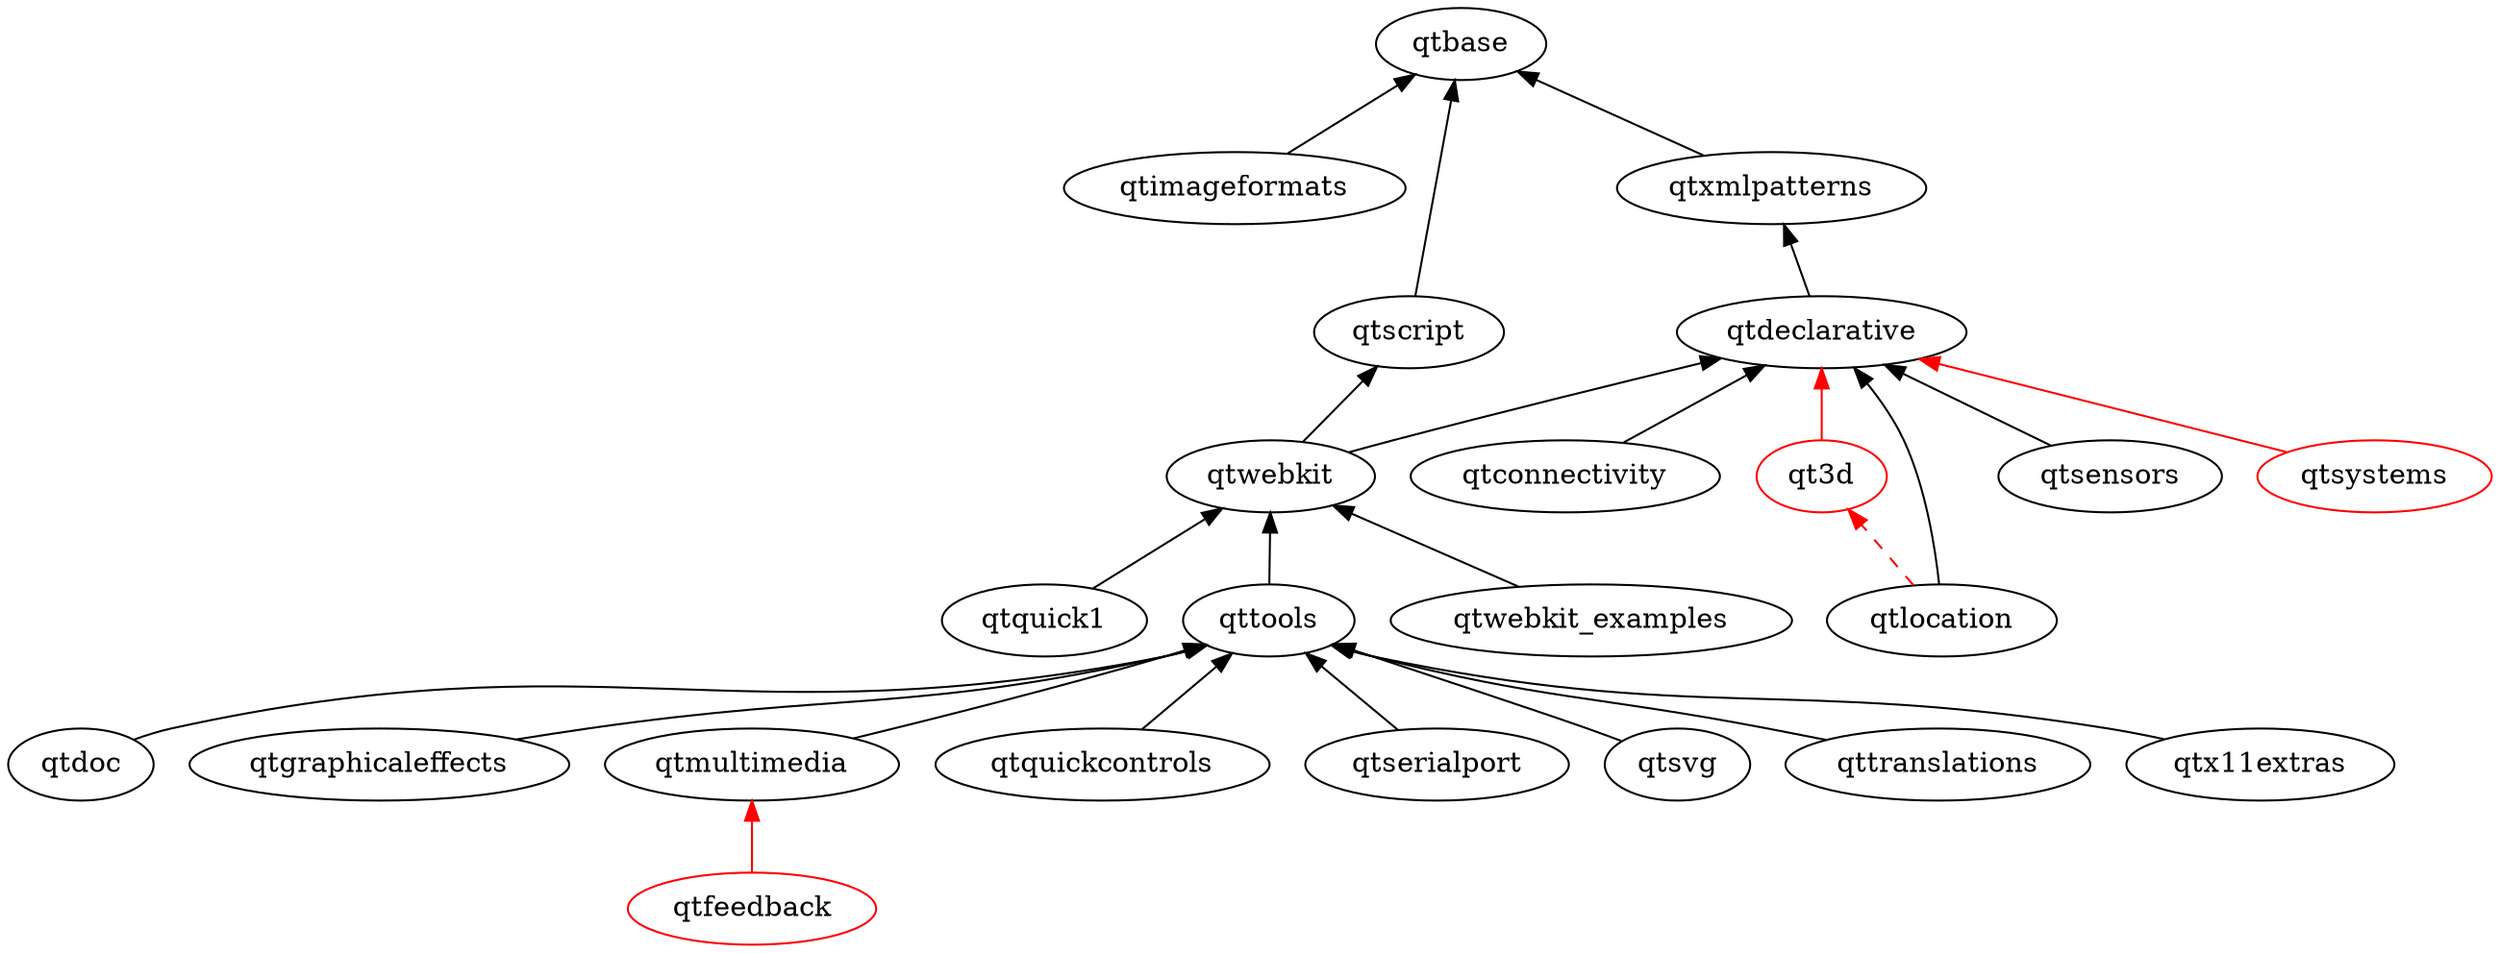
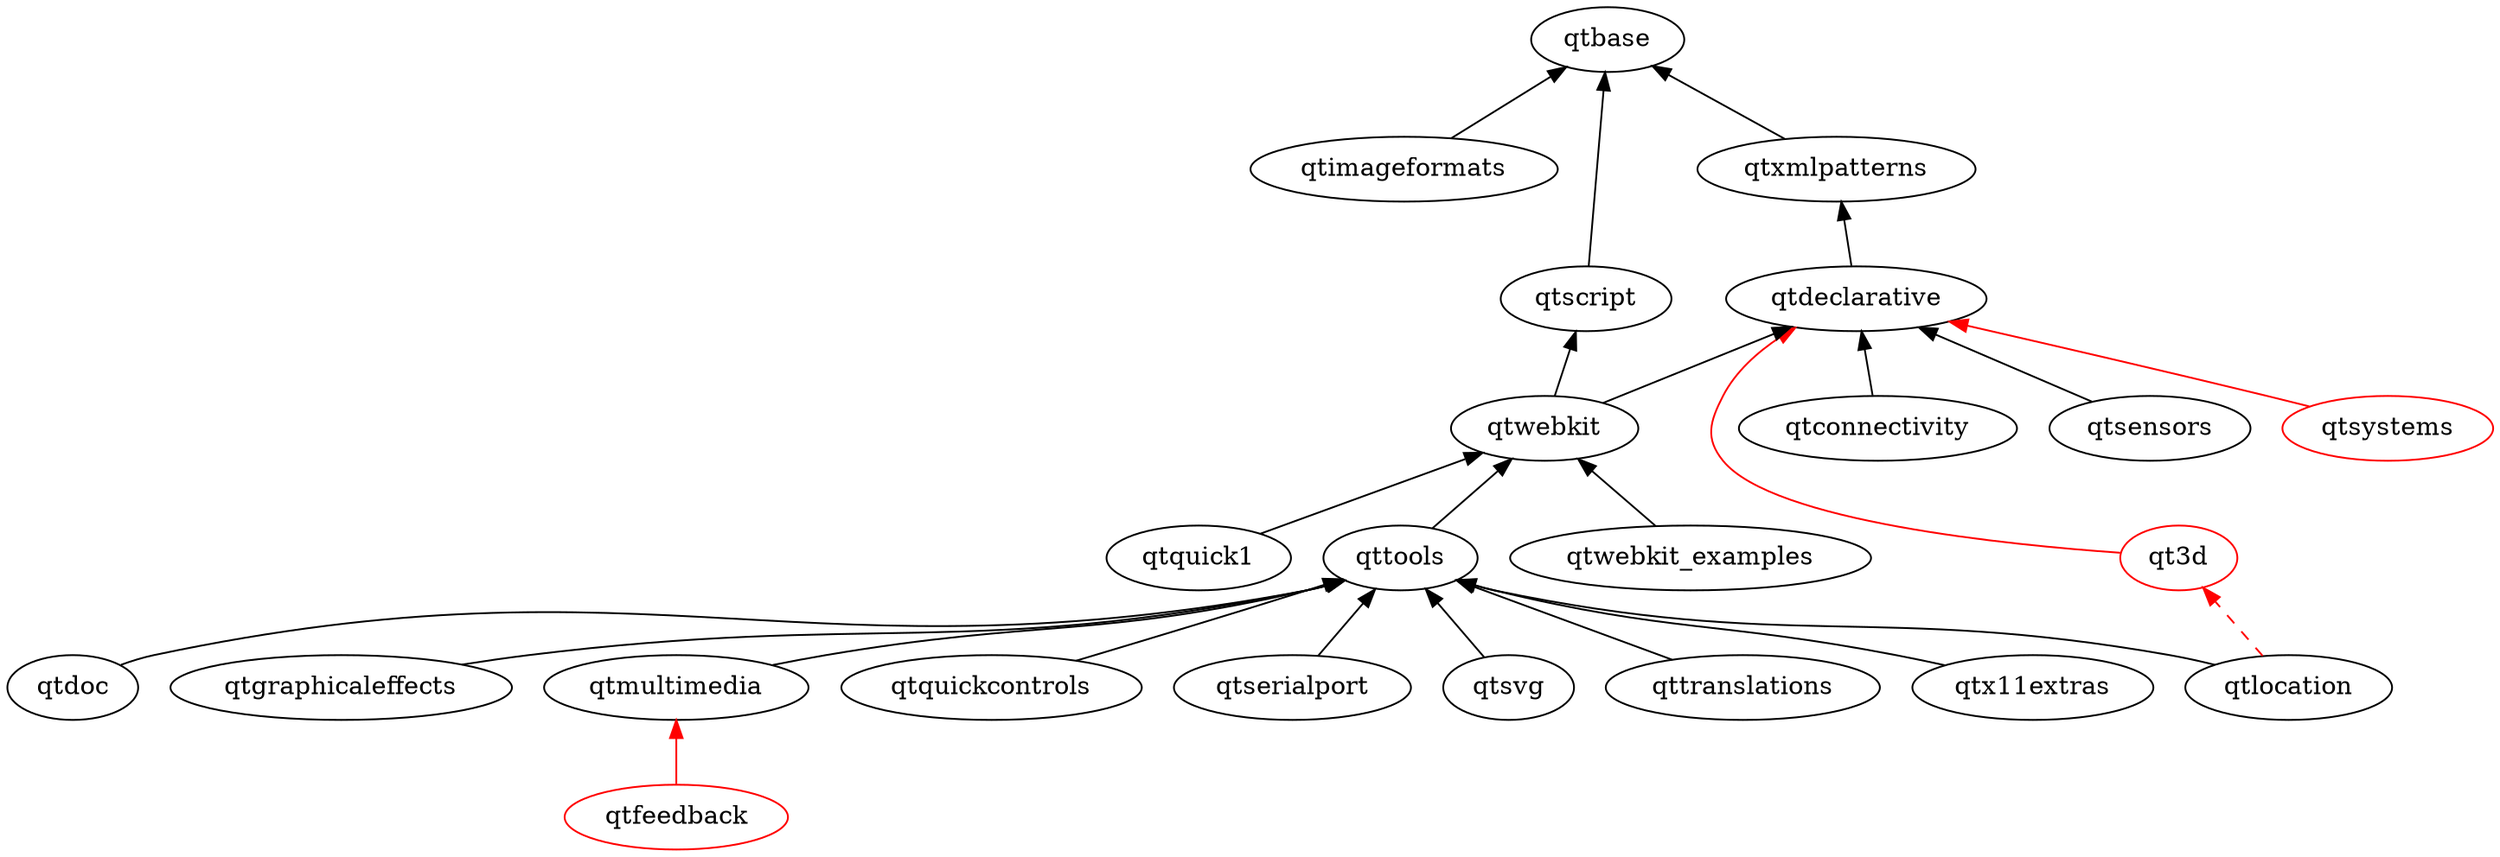
digraph qt5 {
  graph [
    rankdir = "BT"
  ]

  qt3d [ color = red ]
  qtbase
  qtconnectivity
  qtdeclarative
  qtdoc
  qtfeedback [ color = red ]
  qtgraphicaleffects
  qtimageformats
  qtlocation
  qtmultimedia
  qtquick1
  qtquickcontrols
  qtscript
  qtsensors
  qtserialport
  qtsvg
  qtsystems [ color = red ]
  qttools
  qttranslations
  qtwebkit
  qtwebkit_examples
  qtx11extras
  qtxmlpatterns

  qtconnectivity -> qtdeclarative
  qtdeclarative -> qtxmlpatterns
  qtdoc -> qttools
  qtgraphicaleffects -> qttools
  qtimageformats -> qtbase
  qtmultimedia -> qttools
  qtquick1 -> qtwebkit
  qtquickcontrols -> qttools
  qtsensors -> qtdeclarative
  qtserialport -> qttools
  qtscript -> qtbase
  qtsvg -> qttools
  qttools -> qtwebkit
  qttranslations -> qttools
  qtwebkit -> qtscript
  qtwebkit -> qtdeclarative
  qtwebkit_examples -> qtwebkit
  qtx11extras -> qttools
  qtxmlpatterns -> qtbase
+   qtlocation -> qttools

  // unsure/not-uploaded
  qt3d -> qtdeclarative [ color = red ]
  qtfeedback -> qtmultimedia [ color = red ]
  qtlocation -> qt3d [color = red style = dashed]
-   qtlocation -> qtdeclarative
  qtsystems -> qtdeclarative [ color = red ]
}
